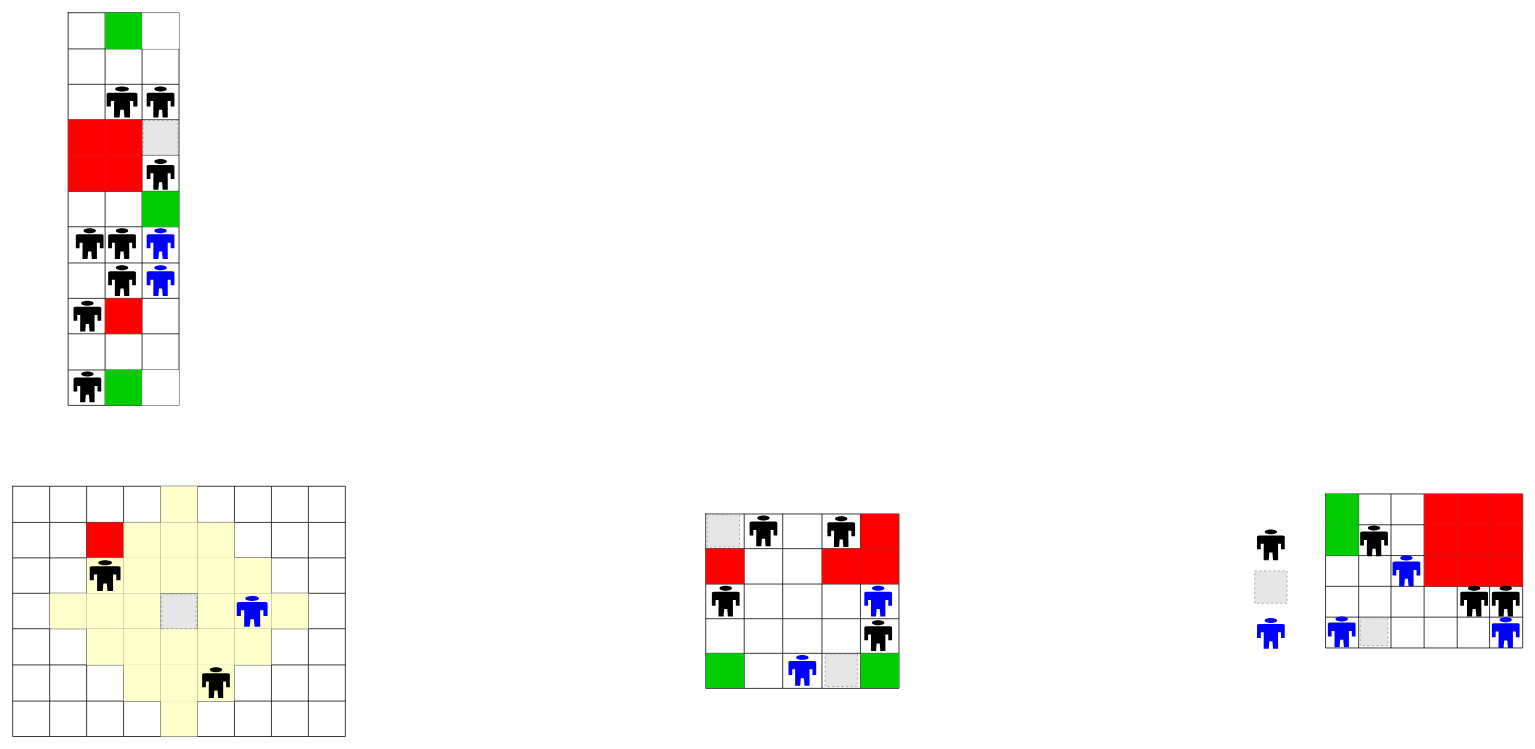
Above: Resources/TestGrid.drawio in LouisDutheil/Formal-Method-Homework (draw.io), before the change. Source tidied: cells renumbered, new cells numbered last; positions are measured from the earlier drawing's top-left corner, leaving out a move shared by most shapes. Both pictures are drawn from the tidied source at 77%, with x=0, y=0 at pixel (12, 12). Pictures stored in the file or linked from it are replaced by grey dashed boxes.
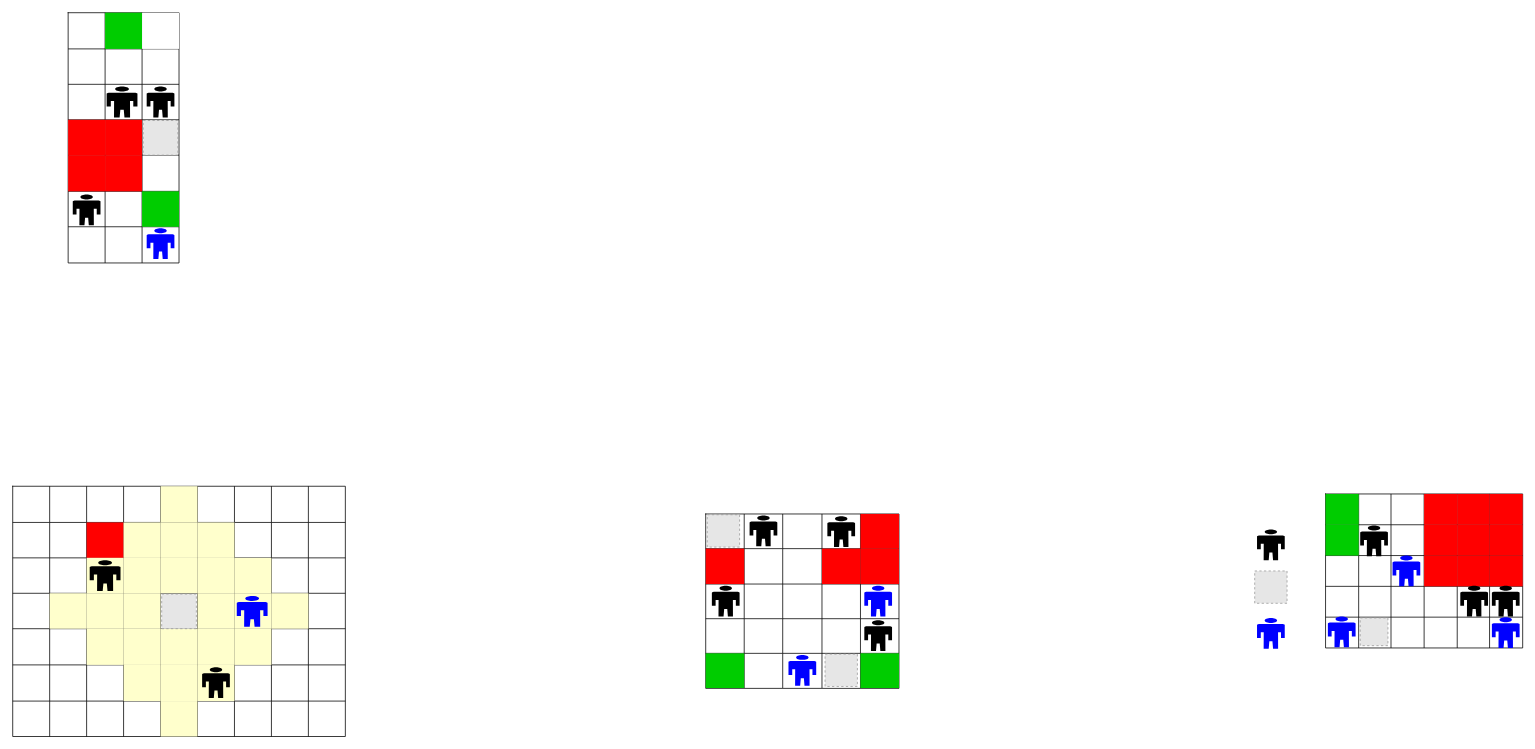
The same page after the edit.

Diff of the diagram source:
```diff
@@
     <mxCell id="2" style="shape=table;startSize=0;childLayout=tableLayout;" parent="1" vertex="1">
-      <mxGeometry x="72" width="144" height="510" as="geometry" />
+      <mxGeometry x="72" width="144" height="325" as="geometry" />
     </mxCell>
@@
-    <mxCell id="31" style="shape=tableRow;horizontal=0;startSize=0;swimlaneHead=0;swimlaneBody=0;strokeColor=inherit;top=0;left=0;bottom=0;right=0;fillColor=none;" parent="2" vertex="1">
-      <mxGeometry y="325" width="144" height="46" as="geometry" />
-    </mxCell>
-    <mxCell id="32" style="shape=partialRectangle;html=1;whiteSpace=wrap;strokeColor=inherit;overflow=hidden;fillColor=none;top=0;left=0;bottom=0;right=0;" parent="31" vertex="1">
-      <mxGeometry width="48" height="46" as="geometry" />
-    </mxCell>
-    <mxCell id="33" style="shape=partialRectangle;html=1;whiteSpace=wrap;strokeColor=inherit;overflow=hidden;fillColor=none;top=0;left=0;bottom=0;right=0;" parent="31" vertex="1">
-      <mxGeometry x="48" width="48" height="46" as="geometry" />
-    </mxCell>
-    <mxCell id="34" style="shape=partialRectangle;html=1;whiteSpace=wrap;strokeColor=inherit;overflow=hidden;fillColor=none;top=0;left=0;bottom=0;right=0;" parent="31" vertex="1">
-      <mxGeometry x="96" width="48" height="46" as="geometry" />
-    </mxCell>
-    <mxCell id="35" style="shape=tableRow;horizontal=0;startSize=0;swimlaneHead=0;swimlaneBody=0;strokeColor=inherit;top=0;left=0;bottom=0;right=0;fillColor=none;" parent="2" vertex="1">
-      <mxGeometry y="371" width="144" height="46" as="geometry" />
-    </mxCell>
-    <mxCell id="36" style="shape=partialRectangle;html=1;whiteSpace=wrap;strokeColor=inherit;overflow=hidden;fillColor=none;top=0;left=0;bottom=0;right=0;" parent="35" vertex="1">
-      <mxGeometry width="48" height="46" as="geometry" />
-    </mxCell>
-    <mxCell id="37" style="shape=partialRectangle;html=1;whiteSpace=wrap;strokeColor=inherit;overflow=hidden;fillColor=#FF0000;top=0;left=0;bottom=0;right=0;" parent="35" vertex="1">
-      <mxGeometry x="48" width="48" height="46" as="geometry" />
-    </mxCell>
-    <mxCell id="38" style="shape=partialRectangle;html=1;whiteSpace=wrap;strokeColor=inherit;overflow=hidden;fillColor=none;top=0;left=0;bottom=0;right=0;" parent="35" vertex="1">
-      <mxGeometry x="96" width="48" height="46" as="geometry" />
-    </mxCell>
-    <mxCell id="39" style="shape=tableRow;horizontal=0;startSize=0;swimlaneHead=0;swimlaneBody=0;strokeColor=inherit;top=0;left=0;bottom=0;right=0;fillColor=none;" parent="2" vertex="1">
-      <mxGeometry y="417" width="144" height="47" as="geometry" />
-    </mxCell>
-    <mxCell id="40" style="shape=partialRectangle;html=1;whiteSpace=wrap;strokeColor=inherit;overflow=hidden;fillColor=none;top=0;left=0;bottom=0;right=0;" parent="39" vertex="1">
-      <mxGeometry width="48" height="47" as="geometry" />
-    </mxCell>
-    <mxCell id="41" style="shape=partialRectangle;html=1;whiteSpace=wrap;strokeColor=inherit;overflow=hidden;fillColor=none;top=0;left=0;bottom=0;right=0;" parent="39" vertex="1">
-      <mxGeometry x="48" width="48" height="47" as="geometry" />
-    </mxCell>
-    <mxCell id="42" style="shape=partialRectangle;html=1;whiteSpace=wrap;strokeColor=inherit;overflow=hidden;fillColor=none;top=0;left=0;bottom=0;right=0;" parent="39" vertex="1">
-      <mxGeometry x="96" width="48" height="47" as="geometry" />
-    </mxCell>
-    <mxCell id="43" style="shape=tableRow;horizontal=0;startSize=0;swimlaneHead=0;swimlaneBody=0;strokeColor=inherit;top=0;left=0;bottom=0;right=0;fillColor=none;" parent="2" vertex="1">
-      <mxGeometry y="464" width="144" height="46" as="geometry" />
-    </mxCell>
-    <mxCell id="44" style="shape=partialRectangle;html=1;whiteSpace=wrap;strokeColor=inherit;overflow=hidden;fillColor=none;top=0;left=0;bottom=0;right=0;" parent="43" vertex="1">
-      <mxGeometry width="48" height="46" as="geometry" />
-    </mxCell>
-    <mxCell id="45" style="shape=partialRectangle;html=1;whiteSpace=wrap;strokeColor=inherit;overflow=hidden;fillColor=#00CC00;top=0;left=0;bottom=0;right=0;" parent="43" vertex="1">
-      <mxGeometry x="48" width="48" height="46" as="geometry" />
-    </mxCell>
-    <mxCell id="46" style="shape=partialRectangle;html=1;whiteSpace=wrap;strokeColor=inherit;overflow=hidden;fillColor=#FFFFFF;top=0;left=0;bottom=0;right=0;" parent="43" vertex="1">
-      <mxGeometry x="96" width="48" height="46" as="geometry" />
-    </mxCell>
-    <mxCell id="47" style="shape=mxgraph.signs.people.man_2;html=1;fillColor=#000000;strokeColor=none;verticalLabelPosition=bottom;verticalAlign=top;align=center;" parent="1" vertex="1">
-      <mxGeometry x="174" y="190" width="36" height="40" as="geometry" />
-    </mxCell>
-    <mxCell id="48" style="shape=mxgraph.signs.people.man_2;html=1;fillColor=#000000;strokeColor=none;verticalLabelPosition=bottom;verticalAlign=top;align=center;" parent="1" vertex="1">
-      <mxGeometry x="124" y="328" width="36" height="40" as="geometry" />
-    </mxCell>
     <mxCell id="49" style="shape=mxgraph.signs.people.man_2;html=1;fillColor=#000000;strokeColor=none;verticalLabelPosition=bottom;verticalAlign=top;align=center;" parent="1" vertex="1">
-      <mxGeometry x="82" y="280" width="36" height="40" as="geometry" />
+      <mxGeometry x="78" y="236" width="36" height="40" as="geometry" />
     </mxCell>
-    <mxCell id="50" style="shape=mxgraph.signs.people.man_2;html=1;fillColor=#000000;strokeColor=none;verticalLabelPosition=bottom;verticalAlign=top;align=center;" parent="1" vertex="1">
-      <mxGeometry x="124" y="280" width="36" height="40" as="geometry" />
-    </mxCell>
@@
-    <mxCell id="54" style="shape=mxgraph.signs.people.man_2;html=1;fillColor=#000000;strokeColor=none;verticalLabelPosition=bottom;verticalAlign=top;align=center;" parent="1" vertex="1">
-      <mxGeometry x="79" y="466" width="36" height="40" as="geometry" />
-    </mxCell>
-    <mxCell id="55" style="shape=mxgraph.signs.people.man_2;html=1;fillColor=#000000;strokeColor=none;verticalLabelPosition=bottom;verticalAlign=top;align=center;" parent="1" vertex="1">
-      <mxGeometry x="79" y="374" width="36" height="40" as="geometry" />
-    </mxCell>
-    <mxCell id="56" style="shape=mxgraph.signs.people.man_2;html=1;fillColor=#0000FF;strokeColor=none;verticalLabelPosition=bottom;verticalAlign=top;align=center;" parent="1" vertex="1">
-      <mxGeometry x="174" y="328" width="36" height="40" as="geometry" />
-    </mxCell>
```
